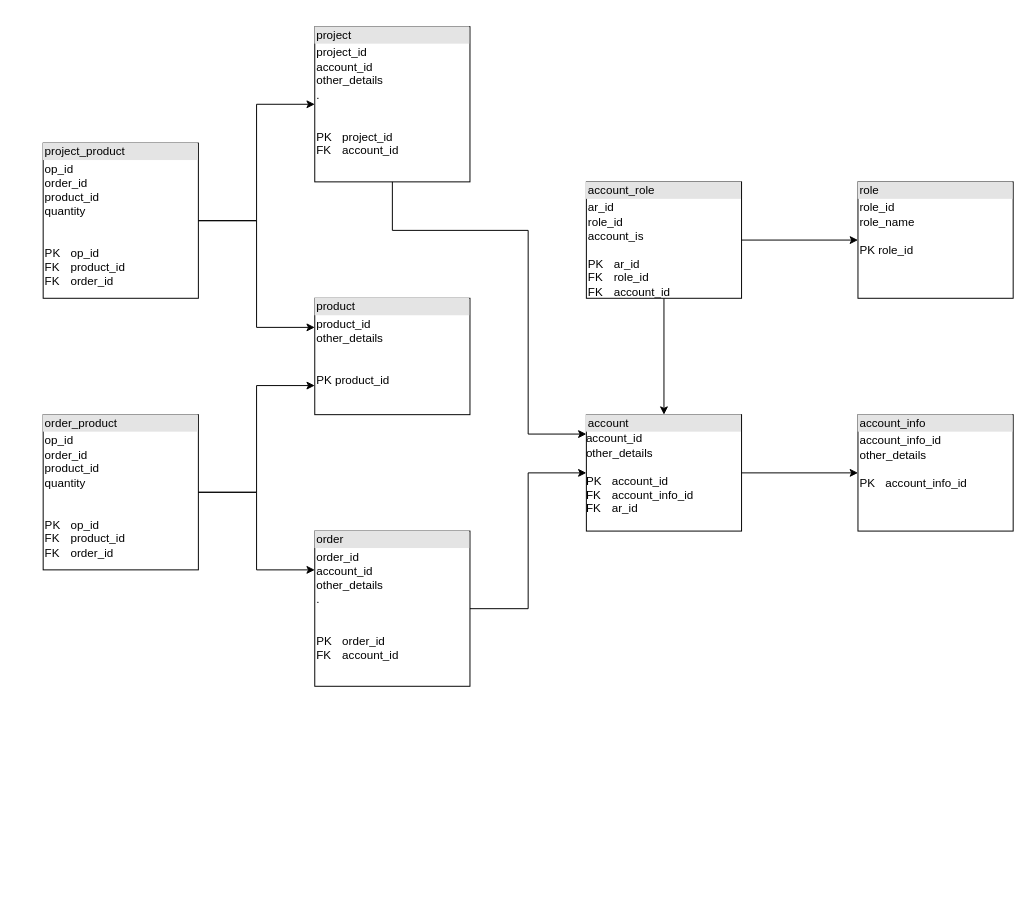
Earlier version of the draw.io diagram Диаграмма без названия.drawio (zanchess/design-patterns). Source tidied: cells renumbered, new cells numbered last; positions are measured from the earlier drawing's top-left corner, leaving out a move shared by most shapes. Both pictures are drawn from the tidied source at 97%, with x=0, y=0 at pixel (43, 26).
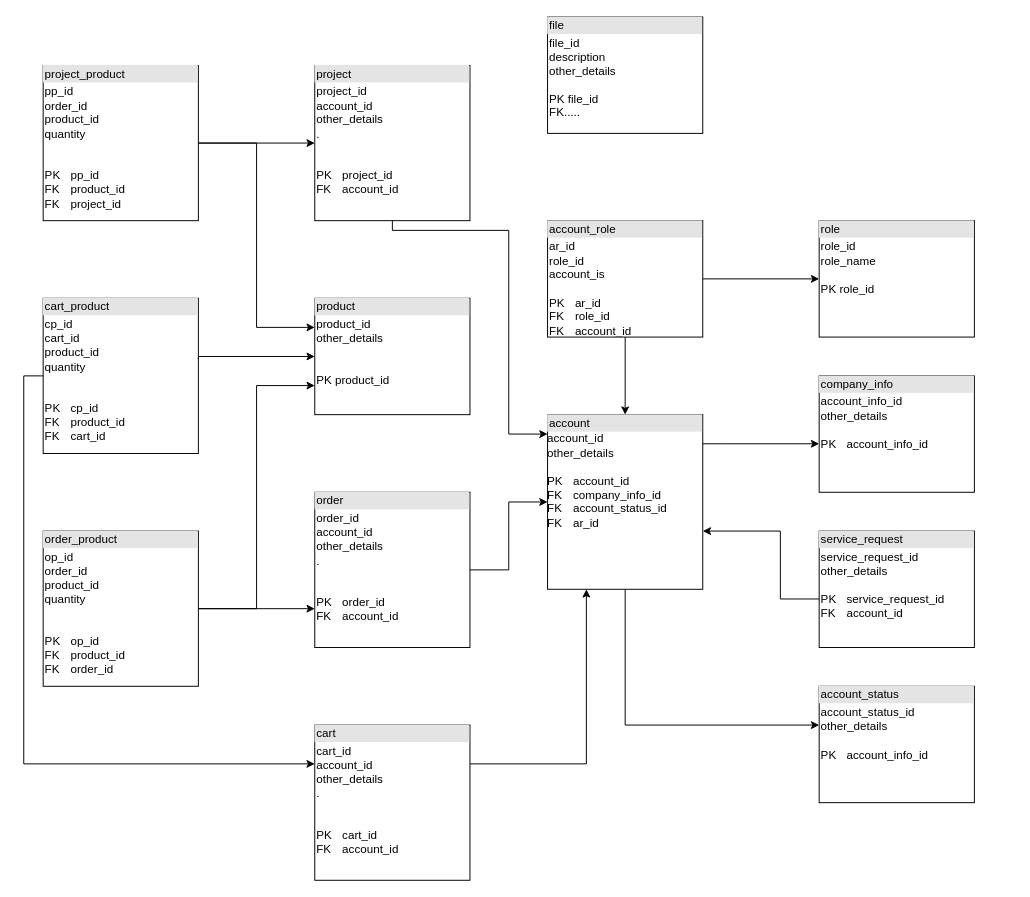
The same page after the edit.

The change refers to these unchanged cells:
```xml
<mxCell id="9" value="&lt;div style=&quot;box-sizing:border-box;width:100%;background:#e4e4e4;padding:2px;&quot;&gt;product&lt;/div&gt;&lt;table style=&quot;width:100%;font-size:1em;&quot; cellpadding=&quot;2&quot; cellspacing=&quot;0&quot;&gt;&lt;tbody&gt;&lt;tr&gt;&lt;td&gt;product_id&lt;br&gt;other_details&lt;br&gt;&lt;br&gt;&lt;br&gt;PK product_id&lt;/td&gt;&lt;td&gt;&lt;br&gt;&lt;/td&gt;&lt;/tr&gt;&lt;/tbody&gt;&lt;/table&gt;" style="verticalAlign=top;align=left;overflow=fill;html=1;whiteSpace=wrap;" parent="1" vertex="1">
  <mxGeometry x="280" y="280" width="160" height="120" as="geometry" />
</mxCell>
```

The edit, as a diff of the source:
```diff
@@
-    <mxCell id="2" value="&lt;div style=&quot;box-sizing:border-box;width:100%;background:#e4e4e4;padding:2px;&quot;&gt;account&lt;/div&gt;&lt;div&gt;account_id&lt;/div&gt;&lt;div&gt;other_details&lt;/div&gt;&lt;div&gt;&lt;br&gt;&lt;/div&gt;PK&lt;span style=&quot;white-space: pre;&quot;&gt;&#9;&lt;/span&gt;account_id&lt;div&gt;FK&lt;span style=&quot;white-space: pre;&quot;&gt;&#9;&lt;/span&gt;account_info_id&lt;/div&gt;&lt;div&gt;FK&lt;span style=&quot;white-space: pre;&quot;&gt;&#9;&lt;/span&gt;ar_id&lt;br&gt;&lt;div&gt;&lt;table style=&quot;width:100%;font-size:1em;&quot; cellpadding=&quot;2&quot; cellspacing=&quot;0&quot;&gt;&lt;tbody&gt;&lt;/tbody&gt;&lt;/table&gt;&lt;/div&gt;&lt;/div&gt;" style="verticalAlign=top;align=left;overflow=fill;html=1;whiteSpace=wrap;" parent="1" vertex="1">
-      <mxGeometry x="560" y="400" width="160" height="120" as="geometry" />
+    <mxCell id="2" value="&lt;div style=&quot;box-sizing:border-box;width:100%;background:#e4e4e4;padding:2px;&quot;&gt;account&lt;/div&gt;&lt;div&gt;account_id&lt;/div&gt;&lt;div&gt;other_details&lt;/div&gt;&lt;div&gt;&lt;br&gt;&lt;/div&gt;PK&lt;span style=&quot;white-space: pre;&quot;&gt;&#9;&lt;/span&gt;account_id&lt;div&gt;FK&lt;span style=&quot;white-space: pre;&quot;&gt;&#9;&lt;/span&gt;company_info_id&lt;/div&gt;&lt;div&gt;FK&lt;span style=&quot;white-space: pre;&quot;&gt;&#9;&lt;/span&gt;account_status_id&lt;/div&gt;&lt;div&gt;FK&lt;span style=&quot;white-space: pre;&quot;&gt;&#9;&lt;/span&gt;ar_id&lt;br&gt;&lt;div&gt;&lt;table style=&quot;width:100%;font-size:1em;&quot; cellpadding=&quot;2&quot; cellspacing=&quot;0&quot;&gt;&lt;tbody&gt;&lt;/tbody&gt;&lt;/table&gt;&lt;/div&gt;&lt;/div&gt;" style="verticalAlign=top;align=left;overflow=fill;html=1;whiteSpace=wrap;" parent="1" vertex="1">
+      <mxGeometry x="520" y="400" width="160" height="180" as="geometry" />
     </mxCell>
-    <mxCell id="3" value="&lt;div style=&quot;box-sizing:border-box;width:100%;background:#e4e4e4;padding:2px;&quot;&gt;account_info&lt;/div&gt;&lt;table style=&quot;width:100%;font-size:1em;&quot; cellpadding=&quot;2&quot; cellspacing=&quot;0&quot;&gt;&lt;tbody&gt;&lt;tr&gt;&lt;td&gt;&lt;div&gt;account_info_id&lt;/div&gt;&lt;div&gt;other_details&lt;/div&gt;&lt;div&gt;&lt;br&gt;&lt;/div&gt;PK&lt;span style=&quot;white-space: pre;&quot;&gt;&#9;&lt;/span&gt;account_info_id&lt;/td&gt;&lt;td&gt;&lt;/td&gt;&lt;/tr&gt;&lt;tr&gt;&lt;td&gt;&lt;/td&gt;&lt;td&gt;&lt;br&gt;&lt;/td&gt;&lt;/tr&gt;&lt;/tbody&gt;&lt;/table&gt;" style="verticalAlign=top;align=left;overflow=fill;html=1;whiteSpace=wrap;" parent="1" vertex="1">
-      <mxGeometry x="840" y="400" width="160" height="120" as="geometry" />
+    <mxCell id="3" value="&lt;div style=&quot;box-sizing:border-box;width:100%;background:#e4e4e4;padding:2px;&quot;&gt;company_info&lt;/div&gt;&lt;table style=&quot;width:100%;font-size:1em;&quot; cellpadding=&quot;2&quot; cellspacing=&quot;0&quot;&gt;&lt;tbody&gt;&lt;tr&gt;&lt;td&gt;&lt;div&gt;account_info_id&lt;/div&gt;&lt;div&gt;other_details&lt;/div&gt;&lt;div&gt;&lt;br&gt;&lt;/div&gt;PK&lt;span style=&quot;white-space: pre;&quot;&gt;&#9;&lt;/span&gt;account_info_id&lt;/td&gt;&lt;td&gt;&lt;/td&gt;&lt;/tr&gt;&lt;tr&gt;&lt;td&gt;&lt;/td&gt;&lt;td&gt;&lt;br&gt;&lt;/td&gt;&lt;/tr&gt;&lt;/tbody&gt;&lt;/table&gt;" style="verticalAlign=top;align=left;overflow=fill;html=1;whiteSpace=wrap;" parent="1" vertex="1">
+      <mxGeometry x="800" y="360" width="160" height="120" as="geometry" />
     </mxCell>
     <mxCell id="4" value="&lt;div style=&quot;box-sizing:border-box;width:100%;background:#e4e4e4;padding:2px;&quot;&gt;role&lt;/div&gt;&lt;table style=&quot;width:100%;font-size:1em;&quot; cellpadding=&quot;2&quot; cellspacing=&quot;0&quot;&gt;&lt;tbody&gt;&lt;tr&gt;&lt;td&gt;role_id&lt;br&gt;role_name&lt;br&gt;&lt;br&gt;PK role_id&lt;/td&gt;&lt;td&gt;&lt;br&gt;&lt;/td&gt;&lt;/tr&gt;&lt;/tbody&gt;&lt;/table&gt;" style="verticalAlign=top;align=left;overflow=fill;html=1;whiteSpace=wrap;" parent="1" vertex="1">
-      <mxGeometry x="840" y="160" width="160" height="120" as="geometry" />
+      <mxGeometry x="800" y="200" width="160" height="120" as="geometry" />
     </mxCell>
@@
     <mxCell id="6" value="&lt;div style=&quot;box-sizing:border-box;width:100%;background:#e4e4e4;padding:2px;&quot;&gt;account_role&lt;/div&gt;&lt;table style=&quot;width:100%;font-size:1em;&quot; cellpadding=&quot;2&quot; cellspacing=&quot;0&quot;&gt;&lt;tbody&gt;&lt;tr&gt;&lt;td&gt;ar_id&lt;br&gt;role_id&lt;br&gt;account_is&lt;br&gt;&lt;br&gt;PK&lt;span style=&quot;white-space: pre;&quot;&gt;&#9;&lt;/span&gt;ar_id&lt;br&gt;FK&lt;span style=&quot;white-space: pre;&quot;&gt;&#9;&lt;/span&gt;role_id&lt;br&gt;FK&lt;span style=&quot;white-space: pre;&quot;&gt;&#9;&lt;/span&gt;account_id&lt;/td&gt;&lt;td&gt;&lt;br&gt;&lt;/td&gt;&lt;/tr&gt;&lt;/tbody&gt;&lt;/table&gt;" style="verticalAlign=top;align=left;overflow=fill;html=1;whiteSpace=wrap;" parent="1" vertex="1">
-      <mxGeometry x="560" y="160" width="160" height="120" as="geometry" />
+      <mxGeometry x="520" y="200" width="160" height="120" as="geometry" />
     </mxCell>
     <mxCell id="7" style="edgeStyle=orthogonalEdgeStyle;rounded=0;jettySize=auto;html=1;" parent="1" edge="1" source="2" target="3">
-      <mxGeometry relative="1" as="geometry" />
+      <mxGeometry relative="1" as="geometry">
+        <Array as="points">
+          <mxPoint x="700" y="430" />
+          <mxPoint x="700" y="430" />
+        </Array>
+      </mxGeometry>
     </mxCell>
@@
     <mxCell id="10" value="&lt;div style=&quot;box-sizing:border-box;width:100%;background:#e4e4e4;padding:2px;&quot;&gt;order&lt;/div&gt;&lt;table style=&quot;width:100%;font-size:1em;&quot; cellpadding=&quot;2&quot; cellspacing=&quot;0&quot;&gt;&lt;tbody&gt;&lt;tr&gt;&lt;td&gt;order_id&lt;br&gt;account_id&lt;br&gt;other_details&lt;br&gt;.&lt;br&gt;&lt;br&gt;&lt;br&gt;PK&lt;span style=&quot;white-space: pre;&quot;&gt;&#9;&lt;/span&gt;order_id&lt;br&gt;FK&lt;span style=&quot;white-space: pre;&quot;&gt;&#9;&lt;/span&gt;account_id&lt;/td&gt;&lt;td&gt;&lt;br&gt;&lt;/td&gt;&lt;/tr&gt;&lt;/tbody&gt;&lt;/table&gt;" style="verticalAlign=top;align=left;overflow=fill;html=1;whiteSpace=wrap;" parent="1" vertex="1">
-      <mxGeometry x="280" y="520" width="160" height="160" as="geometry" />
+      <mxGeometry x="280" y="480" width="160" height="160" as="geometry" />
     </mxCell>
     <mxCell id="11" value="&lt;div style=&quot;box-sizing:border-box;width:100%;background:#e4e4e4;padding:2px;&quot;&gt;order_product&lt;/div&gt;&lt;table style=&quot;width:100%;font-size:1em;&quot; cellpadding=&quot;2&quot; cellspacing=&quot;0&quot;&gt;&lt;tbody&gt;&lt;tr&gt;&lt;td&gt;op_id&lt;br&gt;order_id&lt;br&gt;product_id&lt;br&gt;quantity&lt;br&gt;&lt;br&gt;&lt;br&gt;PK&lt;span style=&quot;white-space: pre;&quot;&gt;&#9;&lt;/span&gt;op_id&lt;br&gt;FK&lt;span style=&quot;white-space: pre;&quot;&gt;&#9;&lt;/span&gt;product_id&lt;br&gt;FK&lt;span style=&quot;white-space: pre;&quot;&gt;&#9;&lt;/span&gt;order_id&lt;/td&gt;&lt;td&gt;&lt;br&gt;&lt;/td&gt;&lt;/tr&gt;&lt;/tbody&gt;&lt;/table&gt;" style="verticalAlign=top;align=left;overflow=fill;html=1;whiteSpace=wrap;" parent="1" vertex="1">
-      <mxGeometry y="400" width="160" height="160" as="geometry" />
+      <mxGeometry y="520" width="160" height="160" as="geometry" />
     </mxCell>
@@
     <mxCell id="13" value="&lt;div style=&quot;box-sizing:border-box;width:100%;background:#e4e4e4;padding:2px;&quot;&gt;project&lt;/div&gt;&lt;table style=&quot;width:100%;font-size:1em;&quot; cellpadding=&quot;2&quot; cellspacing=&quot;0&quot;&gt;&lt;tbody&gt;&lt;tr&gt;&lt;td&gt;project_id&lt;br&gt;account_id&lt;br&gt;other_details&lt;br&gt;.&lt;br&gt;&lt;br&gt;&lt;br&gt;PK&lt;span style=&quot;white-space: pre;&quot;&gt;&#9;&lt;/span&gt;project_id&lt;br&gt;FK&lt;span style=&quot;white-space: pre;&quot;&gt;&#9;&lt;/span&gt;account_id&lt;/td&gt;&lt;td&gt;&lt;br&gt;&lt;/td&gt;&lt;/tr&gt;&lt;/tbody&gt;&lt;/table&gt;" style="verticalAlign=top;align=left;overflow=fill;html=1;whiteSpace=wrap;" parent="1" vertex="1">
-      <mxGeometry x="280" width="160" height="160" as="geometry" />
+      <mxGeometry x="280" y="40" width="160" height="160" as="geometry" />
     </mxCell>
     <mxCell id="14" style="edgeStyle=orthogonalEdgeStyle;rounded=0;jettySize=auto;html=1;" parent="1" edge="1" source="13" target="2">
       <mxGeometry relative="1" as="geometry">
         <Array as="points">
           <mxPoint x="360" y="210" />
-          <mxPoint x="500" y="210" />
-          <mxPoint x="500" y="420" />
+          <mxPoint x="480" y="210" />
+          <mxPoint x="480" y="420" />
         </Array>
       </mxGeometry>
     </mxCell>
-    <mxCell id="15" value="&lt;div style=&quot;box-sizing:border-box;width:100%;background:#e4e4e4;padding:2px;&quot;&gt;project_product&lt;/div&gt;&lt;table style=&quot;width:100%;font-size:1em;&quot; cellpadding=&quot;2&quot; cellspacing=&quot;0&quot;&gt;&lt;tbody&gt;&lt;tr&gt;&lt;td&gt;op_id&lt;br&gt;order_id&lt;br&gt;product_id&lt;br&gt;quantity&lt;br&gt;&lt;br&gt;&lt;br&gt;PK&lt;span style=&quot;white-space: pre;&quot;&gt;&#9;&lt;/span&gt;op_id&lt;br&gt;FK&lt;span style=&quot;white-space: pre;&quot;&gt;&#9;&lt;/span&gt;product_id&lt;br&gt;FK&lt;span style=&quot;white-space: pre;&quot;&gt;&#9;&lt;/span&gt;order_id&lt;/td&gt;&lt;td&gt;&lt;br&gt;&lt;/td&gt;&lt;/tr&gt;&lt;/tbody&gt;&lt;/table&gt;" style="verticalAlign=top;align=left;overflow=fill;html=1;whiteSpace=wrap;" parent="1" vertex="1">
-      <mxGeometry y="120" width="160" height="160" as="geometry" />
+    <mxCell id="15" value="&lt;div style=&quot;box-sizing:border-box;width:100%;background:#e4e4e4;padding:2px;&quot;&gt;project_product&lt;/div&gt;&lt;table style=&quot;width:100%;font-size:1em;&quot; cellpadding=&quot;2&quot; cellspacing=&quot;0&quot;&gt;&lt;tbody&gt;&lt;tr&gt;&lt;td&gt;pp_id&lt;br&gt;order_id&lt;br&gt;product_id&lt;br&gt;quantity&lt;br&gt;&lt;br&gt;&lt;br&gt;PK&lt;span style=&quot;white-space: pre;&quot;&gt;&#9;&lt;/span&gt;pp_id&lt;br&gt;FK&lt;span style=&quot;white-space: pre;&quot;&gt;&#9;&lt;/span&gt;product_id&lt;br&gt;FK&lt;span style=&quot;white-space: pre;&quot;&gt;&#9;&lt;/span&gt;project_id&lt;/td&gt;&lt;td&gt;&lt;br&gt;&lt;/td&gt;&lt;/tr&gt;&lt;/tbody&gt;&lt;/table&gt;" style="verticalAlign=top;align=left;overflow=fill;html=1;whiteSpace=wrap;" parent="1" vertex="1">
+      <mxGeometry y="40" width="160" height="160" as="geometry" />
     </mxCell>
@@
-    <mxCell id="19" style="edgeStyle=orthogonalEdgeStyle;rounded=0;jettySize=auto;html=1;entryX=0;entryY=0.25;entryDx=0;entryDy=0;exitX=1;exitY=0.5;exitDx=0;exitDy=0;" parent="1" edge="1" source="11" target="10">
+    <mxCell id="19" style="edgeStyle=orthogonalEdgeStyle;rounded=0;jettySize=auto;html=1;entryX=0;entryY=0.75;entryDx=0;entryDy=0;exitX=1;exitY=0.5;exitDx=0;exitDy=0;" parent="1" edge="1" source="11" target="10">
       <mxGeometry relative="1" as="geometry" />
     </mxCell>
+    <mxCell id="20" value="&lt;div style=&quot;box-sizing:border-box;width:100%;background:#e4e4e4;padding:2px;&quot;&gt;cart&lt;/div&gt;&lt;table style=&quot;width:100%;font-size:1em;&quot; cellpadding=&quot;2&quot; cellspacing=&quot;0&quot;&gt;&lt;tbody&gt;&lt;tr&gt;&lt;td&gt;cart_id&lt;br&gt;account_id&lt;br&gt;other_details&lt;br&gt;.&lt;br&gt;&lt;br&gt;&lt;br&gt;PK&lt;span style=&quot;white-space: pre;&quot;&gt;&#9;&lt;/span&gt;cart_id&lt;br&gt;FK&lt;span style=&quot;white-space: pre;&quot;&gt;&#9;&lt;/span&gt;account_id&lt;/td&gt;&lt;td&gt;&lt;br&gt;&lt;/td&gt;&lt;/tr&gt;&lt;/tbody&gt;&lt;/table&gt;" style="verticalAlign=top;align=left;overflow=fill;html=1;whiteSpace=wrap;" parent="1" vertex="1">
+      <mxGeometry x="280" y="720" width="160" height="160" as="geometry" />
+    </mxCell>
+    <mxCell id="21" style="edgeStyle=orthogonalEdgeStyle;rounded=0;jettySize=auto;html=1;exitX=1;exitY=0.25;exitDx=0;exitDy=0;entryX=0.25;entryY=1;entryDx=0;entryDy=0;" parent="1" edge="1" source="20" target="2">
+      <mxGeometry relative="1" as="geometry" />
+    </mxCell>
+    <mxCell id="22" value="&lt;div style=&quot;box-sizing:border-box;width:100%;background:#e4e4e4;padding:2px;&quot;&gt;cart_product&lt;/div&gt;&lt;table style=&quot;width:100%;font-size:1em;&quot; cellpadding=&quot;2&quot; cellspacing=&quot;0&quot;&gt;&lt;tbody&gt;&lt;tr&gt;&lt;td&gt;cp_id&lt;br&gt;cart_id&lt;br&gt;product_id&lt;br&gt;quantity&lt;br&gt;&lt;br&gt;&lt;br&gt;PK&lt;span style=&quot;white-space: pre;&quot;&gt;&#9;&lt;/span&gt;cp_id&lt;br&gt;FK&lt;span style=&quot;white-space: pre;&quot;&gt;&#9;&lt;/span&gt;product_id&lt;br&gt;FK&lt;span style=&quot;white-space: pre;&quot;&gt;&#9;&lt;/span&gt;cart_id&lt;/td&gt;&lt;td&gt;&lt;br&gt;&lt;/td&gt;&lt;/tr&gt;&lt;/tbody&gt;&lt;/table&gt;" style="verticalAlign=top;align=left;overflow=fill;html=1;whiteSpace=wrap;" parent="1" vertex="1">
+      <mxGeometry y="280" width="160" height="160" as="geometry" />
+    </mxCell>
+    <mxCell id="23" style="edgeStyle=orthogonalEdgeStyle;rounded=0;jettySize=auto;html=1;exitX=1;exitY=0.394;exitDx=0;exitDy=0;exitPerimeter=0;" parent="1" edge="1" source="22" target="9">
+      <mxGeometry relative="1" as="geometry">
+        <Array as="points">
+          <mxPoint x="160" y="340" />
+        </Array>
+      </mxGeometry>
+    </mxCell>
+    <mxCell id="24" style="edgeStyle=orthogonalEdgeStyle;rounded=0;jettySize=auto;html=1;" parent="1" edge="1" source="22" target="20">
+      <mxGeometry relative="1" as="geometry">
+        <Array as="points">
+          <mxPoint x="-20" y="360" />
+          <mxPoint x="-20" y="760" />
+        </Array>
+      </mxGeometry>
+    </mxCell>
+    <mxCell id="25" value="&lt;div style=&quot;box-sizing:border-box;width:100%;background:#e4e4e4;padding:2px;&quot;&gt;file&lt;/div&gt;&lt;table style=&quot;width:100%;font-size:1em;&quot; cellpadding=&quot;2&quot; cellspacing=&quot;0&quot;&gt;&lt;tbody&gt;&lt;tr&gt;&lt;td&gt;file_id&lt;br&gt;description&lt;br&gt;other_details&lt;br&gt;&lt;br&gt;PK file_id&lt;br&gt;FK.....&lt;/td&gt;&lt;td&gt;&lt;br&gt;&lt;/td&gt;&lt;/tr&gt;&lt;/tbody&gt;&lt;/table&gt;" style="verticalAlign=top;align=left;overflow=fill;html=1;whiteSpace=wrap;" parent="1" vertex="1">
+      <mxGeometry x="520" y="-10" width="160" height="120" as="geometry" />
+    </mxCell>
+    <mxCell id="26" value="&lt;div style=&quot;box-sizing:border-box;width:100%;background:#e4e4e4;padding:2px;&quot;&gt;account_status&lt;/div&gt;&lt;table style=&quot;width:100%;font-size:1em;&quot; cellpadding=&quot;2&quot; cellspacing=&quot;0&quot;&gt;&lt;tbody&gt;&lt;tr&gt;&lt;td&gt;&lt;div&gt;account_status_id&lt;/div&gt;&lt;div&gt;other_details&lt;/div&gt;&lt;div&gt;&lt;br&gt;&lt;/div&gt;PK&lt;span style=&quot;white-space: pre;&quot;&gt;&#9;&lt;/span&gt;account_info_id&lt;/td&gt;&lt;td&gt;&lt;/td&gt;&lt;/tr&gt;&lt;tr&gt;&lt;td&gt;&lt;/td&gt;&lt;td&gt;&lt;br&gt;&lt;/td&gt;&lt;/tr&gt;&lt;/tbody&gt;&lt;/table&gt;" style="verticalAlign=top;align=left;overflow=fill;html=1;whiteSpace=wrap;" parent="1" vertex="1">
+      <mxGeometry x="800" y="680" width="160" height="120" as="geometry" />
+    </mxCell>
+    <mxCell id="27" style="edgeStyle=orthogonalEdgeStyle;rounded=0;jettySize=auto;html=1;" parent="1" edge="1" source="2" target="26">
+      <mxGeometry relative="1" as="geometry">
+        <Array as="points">
+          <mxPoint x="600" y="720" />
+        </Array>
+      </mxGeometry>
+    </mxCell>
+    <mxCell id="28" value="&lt;div style=&quot;box-sizing:border-box;width:100%;background:#e4e4e4;padding:2px;&quot;&gt;service_request&lt;/div&gt;&lt;table style=&quot;width:100%;font-size:1em;&quot; cellpadding=&quot;2&quot; cellspacing=&quot;0&quot;&gt;&lt;tbody&gt;&lt;tr&gt;&lt;td&gt;&lt;div&gt;service_request_id&lt;/div&gt;&lt;div&gt;other_details&lt;/div&gt;&lt;div&gt;&lt;br&gt;&lt;/div&gt;PK&lt;span style=&quot;white-space: pre;&quot;&gt;&#9;&lt;/span&gt;service_request_id&lt;br&gt;FK&lt;span style=&quot;white-space: pre;&quot;&gt;&#9;&lt;/span&gt;account_id&lt;/td&gt;&lt;td&gt;&lt;/td&gt;&lt;/tr&gt;&lt;tr&gt;&lt;td&gt;&lt;/td&gt;&lt;td&gt;&lt;br&gt;&lt;/td&gt;&lt;/tr&gt;&lt;/tbody&gt;&lt;/table&gt;" style="verticalAlign=top;align=left;overflow=fill;html=1;whiteSpace=wrap;" parent="1" vertex="1">
+      <mxGeometry x="800" y="520" width="160" height="120" as="geometry" />
+    </mxCell>
+    <mxCell id="29" style="edgeStyle=orthogonalEdgeStyle;rounded=0;jettySize=auto;html=1;" parent="1" edge="1" source="28" target="2">
+      <mxGeometry relative="1" as="geometry">
+        <Array as="points">
+          <mxPoint x="760" y="590" />
+          <mxPoint x="760" y="520" />
+        </Array>
+      </mxGeometry>
+    </mxCell>
```
